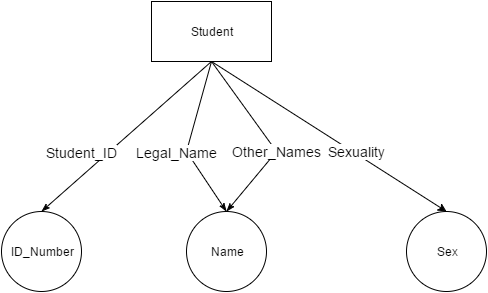
Earlier version of the draw.io export diagram/Delete_lower2.png (jackey1510/TopicsInCS). Source tidied: cells renumbered, new cells last; positions are measured from the earlier drawing's top-left corner, leaving out a move shared by most shapes.
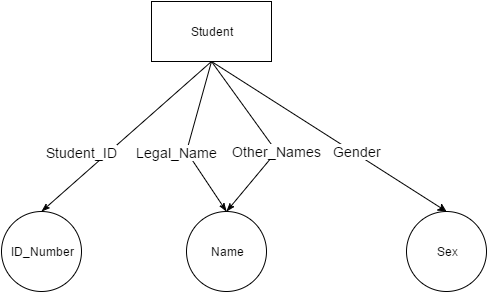
The same file after the commit.

The edit, as a diff of the source:
```diff
@@ -49,7 +49,7 @@
     <mxCell id="12" style="endArrow=classic;html=1;entryX=0.5;entryY=0;exitX=0.5;exitY=1;" parent="1" edge="1" source="6" target="11">
       <mxGeometry relative="1" as="geometry" />
     </mxCell>
-    <mxCell id="13" value="&lt;font style=&quot;font-size: 14px&quot;&gt;Sexuality&lt;/font&gt;" style="text;html=1;align=center;verticalAlign=middle;labelBackgroundColor=#ffffff;" parent="12" vertex="1">
+    <mxCell id="13" value="&lt;font style=&quot;font-size: 14px&quot;&gt;Gender&lt;/font&gt;" style="text;html=1;align=center;verticalAlign=middle;labelBackgroundColor=#ffffff;" parent="12" vertex="1">
       <mxGeometry x="0.2" y="-4" relative="1" as="geometry">
         <mxPoint x="6" y="-4" as="offset" />
       </mxGeometry>
```
